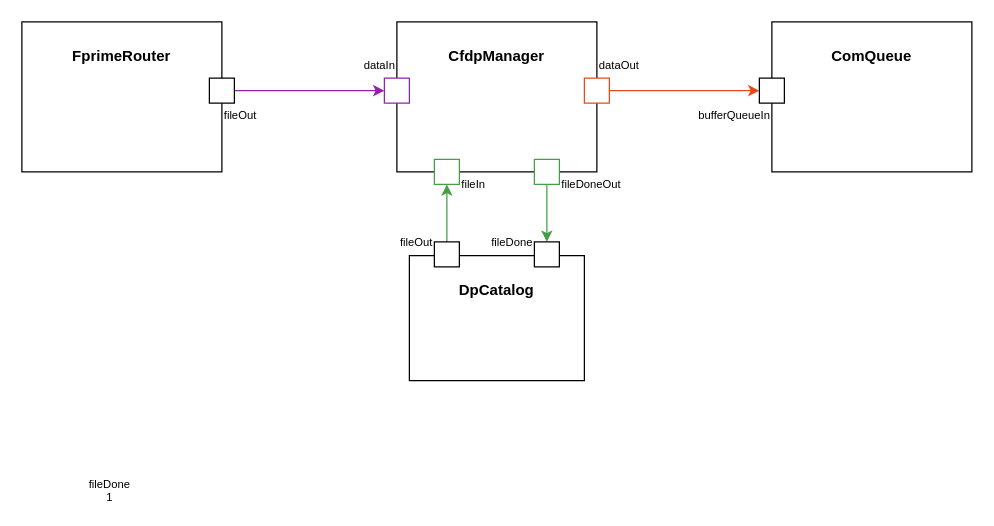
FireflySpace/fprime keeps this draw.io diagram as Svc/Ccsds/CfdpManager/docs/img/CfdpManager_usage.drawio. Above is the earlier version. Source tidied: cells renumbered, new cells numbered last; positions are measured from the earlier drawing's top-left corner, leaving out a move shared by most shapes. Both pictures are drawn from the tidied source at 125%, with x=0, y=0 at pixel (21, 21).
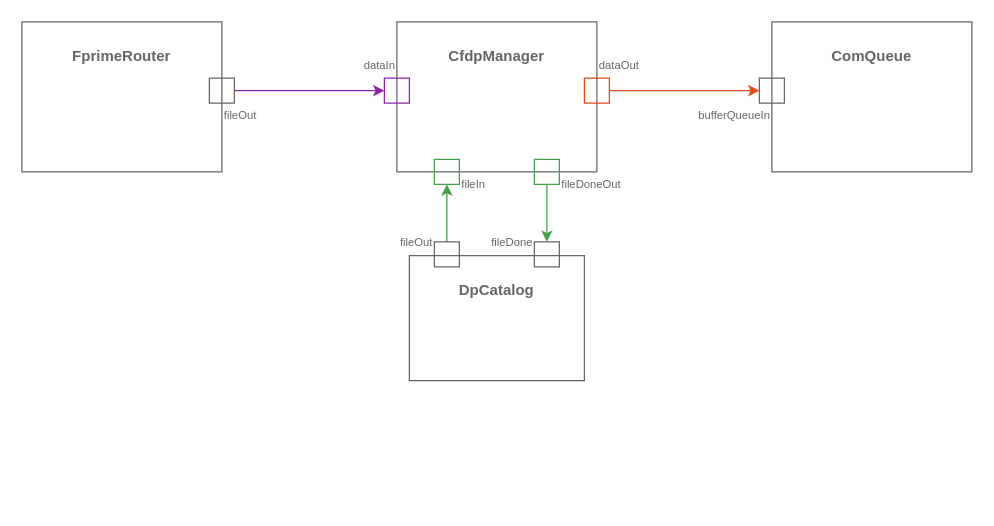
The same page after the edit.

Unchanged cells that the change refers to:
```xml
<mxCell id="8" style="group;" parent="1" vertex="1">
  <mxGeometry width="210" height="120" as="geometry" />
</mxCell>
<mxCell id="12" style="group;" parent="1" vertex="1">
  <mxGeometry x="245" width="270" height="140" as="geometry" />
</mxCell>
<mxCell id="22" style="group;" parent="1" vertex="1">
  <mxGeometry x="280" y="167" width="170" height="120" as="geometry" />
</mxCell>
<mxCell id="28" style="group;" parent="1" vertex="1">
  <mxGeometry x="590" width="170" height="120" as="geometry" />
</mxCell>
```

The edit, as a diff of the source:
```diff
@@
-    <mxCell id="3" value="bufferQueueIn" style="text;html=1;align=right;verticalAlign=middle;fontSize=9;" parent="1" vertex="1">
+    <mxCell id="3" value="bufferQueueIn" style="text;html=1;align=right;verticalAlign=middle;fontSize=9;fontColor=#666666;" parent="1" vertex="1">
       <mxGeometry x="510" y="65" width="90" height="20" as="geometry" />
     </mxCell>
-    <mxCell id="4" value="fileDone&lt;br&gt;1" style="text;html=1;align=center;verticalAlign=middle;fontSize=9;" parent="1" vertex="1">
-      <mxGeometry x="45" y="365" width="50" height="20" as="geometry" />
-    </mxCell>
@@
-    <mxCell id="9" value="&lt;br&gt;FprimeRouter" style="rounded=0;whiteSpace=wrap;html=1;fillColor=#FFFFFF;strokeColor=#000000;fontSize=12;fontStyle=1;verticalAlign=top;fontColor=#000000;" parent="8" vertex="1">
+    <mxCell id="9" value="&lt;br&gt;FprimeRouter" style="rounded=0;whiteSpace=wrap;html=1;fillColor=none;strokeColor=#666666;fontSize=12;fontStyle=1;verticalAlign=top;fontColor=#666666;" parent="8" vertex="1">
       <mxGeometry width="160" height="120" as="geometry" />
     </mxCell>
-    <mxCell id="10" style="rounded=0;whiteSpace=wrap;html=1;fillColor=#FFFFFF;strokeColor=#000000;" parent="8" vertex="1">
+    <mxCell id="10" style="rounded=0;whiteSpace=wrap;html=1;fillColor=none;strokeColor=#666666;" parent="8" vertex="1">
       <mxGeometry x="150" y="45" width="20" height="20" as="geometry" />
     </mxCell>
-    <mxCell id="11" value="fileOut" style="text;html=1;align=left;verticalAlign=middle;fontSize=9;" parent="8" vertex="1">
+    <mxCell id="11" value="fileOut" style="text;html=1;align=left;verticalAlign=middle;fontSize=9;fontColor=#666666;" parent="8" vertex="1">
       <mxGeometry x="160" y="65" width="50" height="20" as="geometry" />
     </mxCell>
@@
-    <mxCell id="13" value="&lt;br&gt;CfdpManager" style="rounded=0;whiteSpace=wrap;html=1;fillColor=#FFFFFF;strokeColor=#000000;fontSize=12;fontStyle=1;verticalAlign=top;fontColor=#000000;" parent="12" vertex="1">
+    <mxCell id="13" value="&lt;br&gt;CfdpManager" style="rounded=0;whiteSpace=wrap;html=1;fillColor=none;strokeColor=#666666;fontSize=12;fontStyle=1;verticalAlign=top;fontColor=#666666;" parent="12" vertex="1">
       <mxGeometry x="55" width="160" height="120" as="geometry" />
     </mxCell>
-    <mxCell id="14" style="rounded=0;whiteSpace=wrap;html=1;fillColor=#FFFFFF;strokeColor=#8E24AA;" parent="12" vertex="1">
+    <mxCell id="14" style="rounded=0;whiteSpace=wrap;html=1;fillColor=none;strokeColor=#8E24AA;" parent="12" vertex="1">
       <mxGeometry x="45" y="45" width="20" height="20" as="geometry" />
     </mxCell>
-    <mxCell id="15" value="dataIn" style="text;html=1;align=right;verticalAlign=middle;fontSize=9;" parent="12" vertex="1">
+    <mxCell id="15" value="dataIn" style="text;html=1;align=right;verticalAlign=middle;fontSize=9;fontColor=#666666;" parent="12" vertex="1">
       <mxGeometry y="25" width="55" height="20" as="geometry" />
     </mxCell>
-    <mxCell id="16" style="rounded=0;whiteSpace=wrap;html=1;fillColor=#FFFFFF;strokeColor=#e64a19;" parent="12" vertex="1">
+    <mxCell id="16" style="rounded=0;whiteSpace=wrap;html=1;fillColor=none;strokeColor=#e64a19;" parent="12" vertex="1">
       <mxGeometry x="205" y="45" width="20" height="20" as="geometry" />
     </mxCell>
-    <mxCell id="17" value="dataOut" style="text;html=1;align=left;verticalAlign=middle;fontSize=9;" parent="12" vertex="1">
+    <mxCell id="17" value="dataOut" style="text;html=1;align=left;verticalAlign=middle;fontSize=9;fontColor=#666666;" parent="12" vertex="1">
       <mxGeometry x="215" y="25" width="55" height="20" as="geometry" />
     </mxCell>
-    <mxCell id="18" style="rounded=0;whiteSpace=wrap;html=1;fillColor=#FFFFFF;strokeColor=#43A047;" parent="12" vertex="1">
+    <mxCell id="18" style="rounded=0;whiteSpace=wrap;html=1;fillColor=none;strokeColor=#43A047;" parent="12" vertex="1">
       <mxGeometry x="85" y="110" width="20" height="20" as="geometry" />
     </mxCell>
-    <mxCell id="19" value="fileIn" style="text;html=1;align=left;verticalAlign=middle;fontSize=9;" parent="12" vertex="1">
+    <mxCell id="19" value="fileIn" style="text;html=1;align=left;verticalAlign=middle;fontSize=9;fontColor=#666666;" parent="12" vertex="1">
       <mxGeometry x="105" y="120" width="40" height="20" as="geometry" />
     </mxCell>
-    <mxCell id="20" style="rounded=0;whiteSpace=wrap;html=1;fillColor=#FFFFFF;strokeColor=#43a047;" parent="12" vertex="1">
+    <mxCell id="20" style="rounded=0;whiteSpace=wrap;html=1;fillColor=none;strokeColor=#43a047;" parent="12" vertex="1">
       <mxGeometry x="165" y="110" width="20" height="20" as="geometry" />
     </mxCell>
-    <mxCell id="21" value="fileDoneOut" style="text;html=1;align=left;verticalAlign=middle;fontSize=9;" parent="12" vertex="1">
+    <mxCell id="21" value="fileDoneOut" style="text;html=1;align=left;verticalAlign=middle;fontSize=9;fontColor=#666666;" parent="12" vertex="1">
       <mxGeometry x="185" y="120" width="80" height="20" as="geometry" />
     </mxCell>
@@
-    <mxCell id="23" value="&lt;br&gt;DpCatalog" style="rounded=0;whiteSpace=wrap;html=1;fillColor=#FFFFFF;strokeColor=#000000;fontSize=12;fontStyle=1;verticalAlign=top;fontColor=#000000;" parent="22" vertex="1">
+    <mxCell id="23" value="&lt;br&gt;DpCatalog" style="rounded=0;whiteSpace=wrap;html=1;fillColor=none;strokeColor=#666666;fontSize=12;fontStyle=1;verticalAlign=top;fontColor=#666666;" parent="22" vertex="1">
       <mxGeometry x="30" y="20" width="140" height="100" as="geometry" />
     </mxCell>
-    <mxCell id="24" style="rounded=0;whiteSpace=wrap;html=1;fillColor=#FFFFFF;strokeColor=#000000;" parent="22" vertex="1">
+    <mxCell id="24" style="rounded=0;whiteSpace=wrap;html=1;fillColor=none;strokeColor=#666666;" parent="22" vertex="1">
       <mxGeometry x="130" y="9" width="20" height="20" as="geometry" />
     </mxCell>
-    <mxCell id="25" value="fileOut" style="text;html=1;align=right;verticalAlign=middle;fontSize=9;" parent="22" vertex="1">
+    <mxCell id="25" value="fileOut" style="text;html=1;align=right;verticalAlign=middle;fontSize=9;fontColor=#666666;" parent="22" vertex="1">
       <mxGeometry width="50" height="20" as="geometry" />
     </mxCell>
-    <mxCell id="26" style="rounded=0;whiteSpace=wrap;html=1;fillColor=#FFFFFF;strokeColor=#000000;" parent="22" vertex="1">
+    <mxCell id="26" style="rounded=0;whiteSpace=wrap;html=1;fillColor=none;strokeColor=#666666;" parent="22" vertex="1">
       <mxGeometry x="50" y="9" width="20" height="20" as="geometry" />
     </mxCell>
-    <mxCell id="27" value="fileDone" style="text;html=1;align=right;verticalAlign=middle;fontSize=9;" parent="22" vertex="1">
+    <mxCell id="27" value="fileDone" style="text;html=1;align=right;verticalAlign=middle;fontSize=9;fontColor=#666666;" parent="22" vertex="1">
       <mxGeometry x="80" width="50" height="20" as="geometry" />
     </mxCell>
@@
-    <mxCell id="29" value="&lt;br&gt;ComQueue" style="rounded=0;whiteSpace=wrap;html=1;fillColor=#FFFFFF;strokeColor=#000000;fontSize=12;fontStyle=1;verticalAlign=top;fontColor=#000000;" parent="28" vertex="1">
+    <mxCell id="29" value="&lt;br&gt;ComQueue" style="rounded=0;whiteSpace=wrap;html=1;fillColor=none;strokeColor=#666666;fontSize=12;fontStyle=1;verticalAlign=top;fontColor=#666666;" parent="28" vertex="1">
       <mxGeometry x="10" width="160" height="120" as="geometry" />
     </mxCell>
-    <mxCell id="30" style="rounded=0;whiteSpace=wrap;html=1;fillColor=#FFFFFF;strokeColor=#000000;" parent="28" vertex="1">
+    <mxCell id="30" style="rounded=0;whiteSpace=wrap;html=1;fillColor=none;strokeColor=#666666;" parent="28" vertex="1">
       <mxGeometry y="45" width="20" height="20" as="geometry" />
     </mxCell>
```
